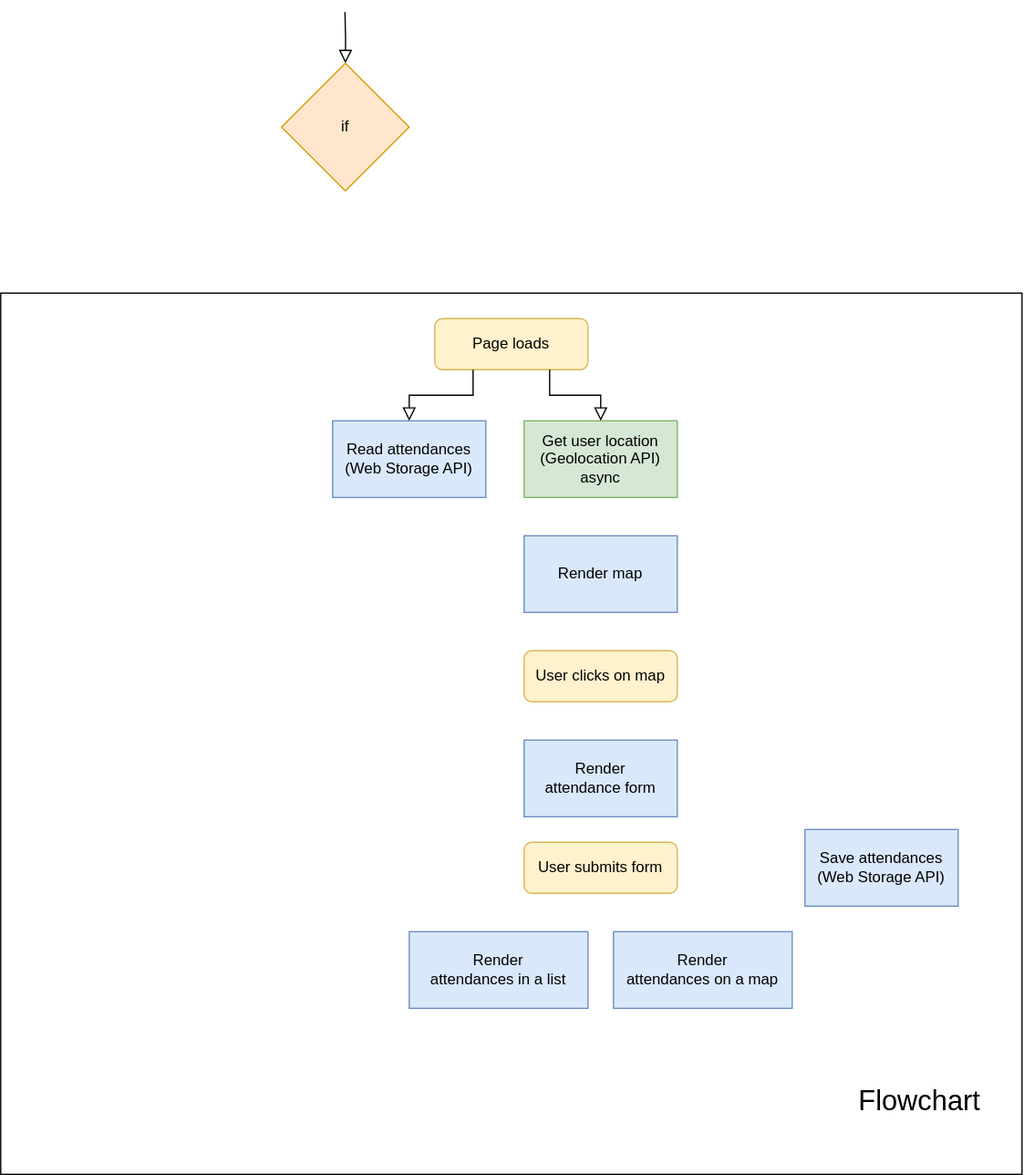
Above: flowchart.drawio.svg in josenavarrohub/vanilla-js-eventify (draw.io), before the change. Source tidied: cells renumbered, new cells last; positions are measured from the earlier drawing's top-left corner, leaving out a move shared by most shapes.
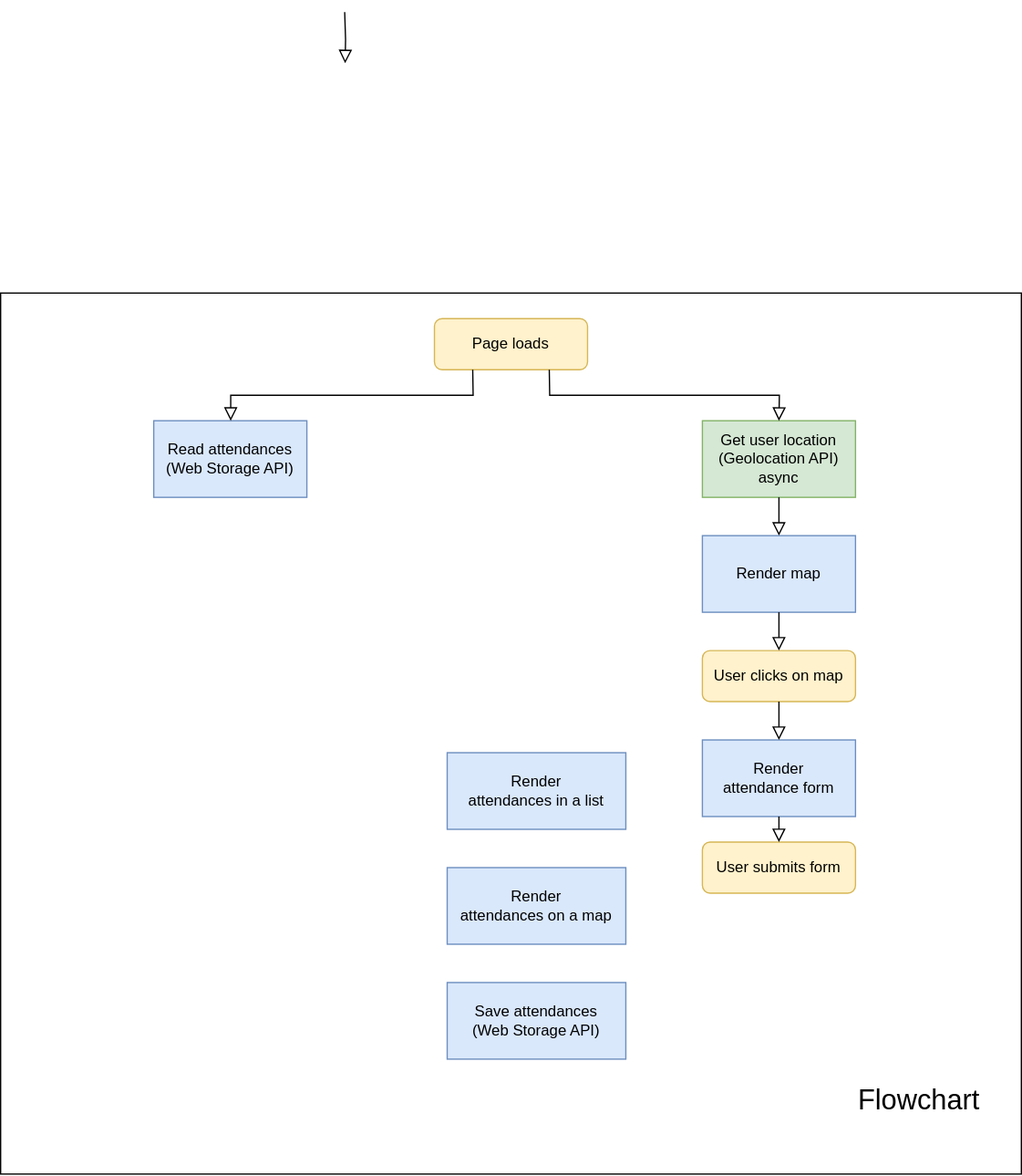
After the commit.

The edit, as a diff of the source:
```diff
@@ -5,14 +5,12 @@
     <mxCell id="2" style="rounded=0;whiteSpace=wrap;html=1;fontSize=16;strokeColor=default;" parent="1" vertex="1">
       <mxGeometry y="220" width="800" height="690" as="geometry" />
     </mxCell>
-    <mxCell id="3" style="rounded=0;html=1;jettySize=auto;fontSize=11;endArrow=block;endFill=0;endSize=8;strokeWidth=1;shadow=0;labelBackgroundColor=none;edgeStyle=orthogonalEdgeStyle;entryX=0.5;entryY=0;entryDx=0;entryDy=0;exitX=0.5;exitY=1;exitDx=0;exitDy=0;entryPerimeter=0;" parent="1" edge="1" target="4">
+    <mxCell id="3" style="rounded=0;html=1;jettySize=auto;orthogonalLoop=1;fontSize=11;endArrow=block;endFill=0;endSize=8;strokeWidth=1;shadow=0;labelBackgroundColor=none;edgeStyle=orthogonalEdgeStyle;entryX=0.5;entryY=0;entryDx=0;entryDy=0;exitX=0.5;exitY=1;exitDx=0;exitDy=0;entryPerimeter=0;" parent="1" edge="1">
       <mxGeometry relative="1" as="geometry">
         <mxPoint x="269.7" as="sourcePoint" />
+        <mxPoint x="270" y="40" as="targetPoint" />
       </mxGeometry>
     </mxCell>
-    <mxCell id="4" value="if" style="strokeWidth=1;html=1;shape=mxgraph.flowchart.decision;whiteSpace=wrap;fillColor=#ffe6cc;strokeColor=#d79b00;rounded=0;" parent="1" vertex="1">
-      <mxGeometry x="220" y="40" width="100" height="100" as="geometry" />
-    </mxCell>
     <mxCell id="5" value="Flowchart" style="text;html=1;strokeColor=none;fillColor=none;align=center;verticalAlign=middle;whiteSpace=wrap;rounded=0;fontSize=22;" parent="1" vertex="1">
       <mxGeometry x="640" y="800" width="160" height="106.5" as="geometry" />
     </mxCell>
@@ -20,28 +18,28 @@
       <mxGeometry x="340" y="240" width="120" height="40" as="geometry" />
     </mxCell>
     <mxCell id="7" value="Get user location&lt;br&gt;(Geolocation API)&lt;br&gt;async" style="rounded=0;whiteSpace=wrap;html=1;fillColor=#d5e8d4;strokeColor=#82b366;" parent="1" vertex="1">
-      <mxGeometry x="410" y="320" width="120" height="60" as="geometry" />
+      <mxGeometry x="550" y="320" width="120" height="60" as="geometry" />
     </mxCell>
     <mxCell id="8" value="Render map" style="rounded=0;whiteSpace=wrap;html=1;fillColor=#dae8fc;strokeColor=#6c8ebf;" parent="1" vertex="1">
-      <mxGeometry x="410" y="410" width="120" height="60" as="geometry" />
+      <mxGeometry x="550" y="410" width="120" height="60" as="geometry" />
     </mxCell>
     <mxCell id="9" value="User clicks on map" style="rounded=1;whiteSpace=wrap;html=1;fontSize=12;glass=0;strokeWidth=1;shadow=0;fillColor=#fff2cc;strokeColor=#d6b656;" parent="1" vertex="1">
-      <mxGeometry x="410" y="500" width="120" height="40" as="geometry" />
+      <mxGeometry x="550" y="500" width="120" height="40" as="geometry" />
     </mxCell>
     <mxCell id="10" value="Render&lt;br&gt;attendance form" style="rounded=0;whiteSpace=wrap;html=1;fillColor=#dae8fc;strokeColor=#6c8ebf;" parent="1" vertex="1">
-      <mxGeometry x="410" y="570" width="120" height="60" as="geometry" />
+      <mxGeometry x="550" y="570" width="120" height="60" as="geometry" />
     </mxCell>
     <mxCell id="11" value="User submits form" style="rounded=1;whiteSpace=wrap;html=1;fontSize=12;glass=0;strokeWidth=1;shadow=0;fillColor=#fff2cc;strokeColor=#d6b656;" parent="1" vertex="1">
-      <mxGeometry x="410" y="650" width="120" height="40" as="geometry" />
+      <mxGeometry x="550" y="650" width="120" height="40" as="geometry" />
     </mxCell>
     <mxCell id="12" value="Render&lt;br&gt;attendances in a list" style="rounded=0;whiteSpace=wrap;html=1;fillColor=#dae8fc;strokeColor=#6c8ebf;" parent="1" vertex="1">
-      <mxGeometry x="320" y="720" width="140" height="60" as="geometry" />
+      <mxGeometry x="350" y="580" width="140" height="60" as="geometry" />
     </mxCell>
     <mxCell id="13" value="Render&lt;br&gt;attendances on a map" style="rounded=0;whiteSpace=wrap;html=1;fillColor=#dae8fc;strokeColor=#6c8ebf;" parent="1" vertex="1">
-      <mxGeometry x="480" y="720" width="140" height="60" as="geometry" />
+      <mxGeometry x="350" y="670" width="140" height="60" as="geometry" />
     </mxCell>
     <mxCell id="14" value="Read attendances&lt;br&gt;(Web Storage API)" style="rounded=0;whiteSpace=wrap;html=1;fillColor=#dae8fc;strokeColor=#6c8ebf;" parent="1" vertex="1">
-      <mxGeometry x="260" y="320" width="120" height="60" as="geometry" />
+      <mxGeometry x="120" y="320" width="120" height="60" as="geometry" />
     </mxCell>
     <mxCell id="15" style="rounded=0;html=1;jettySize=auto;fontSize=11;endArrow=block;endFill=0;endSize=8;strokeWidth=1;shadow=0;labelBackgroundColor=none;edgeStyle=orthogonalEdgeStyle;exitX=0.25;exitY=1;exitDx=0;exitDy=0;" parent="1" edge="1" source="6" target="14">
       <mxGeometry relative="1" as="geometry" />
@@ -50,7 +48,21 @@
       <mxGeometry relative="1" as="geometry" />
     </mxCell>
     <mxCell id="17" value="Save attendances&lt;br&gt;(Web Storage API)" style="rounded=0;whiteSpace=wrap;html=1;fillColor=#dae8fc;strokeColor=#6c8ebf;" parent="1" vertex="1">
-      <mxGeometry x="630" y="640" width="120" height="60" as="geometry" />
+      <mxGeometry x="350" y="760" width="140" height="60" as="geometry" />
     </mxCell>
+    <mxCell id="18" style="rounded=0;html=1;jettySize=auto;fontSize=11;endArrow=block;endFill=0;endSize=8;strokeWidth=1;shadow=0;labelBackgroundColor=none;edgeStyle=orthogonalEdgeStyle;entryX=0.5;entryY=0;entryDx=0;entryDy=0;exitX=0.5;exitY=1;exitDx=0;exitDy=0;" parent="1" edge="1" source="7" target="8">
+      <mxGeometry relative="1" as="geometry" />
+    </mxCell>
+    <mxCell id="19" style="rounded=0;html=1;jettySize=auto;fontSize=11;endArrow=block;endFill=0;endSize=8;strokeWidth=1;shadow=0;labelBackgroundColor=none;edgeStyle=orthogonalEdgeStyle;entryX=0.5;entryY=0;entryDx=0;entryDy=0;exitX=0.5;exitY=1;exitDx=0;exitDy=0;" parent="1" edge="1" source="8" target="9">
+      <mxGeometry relative="1" as="geometry" />
+    </mxCell>
+    <mxCell id="20" style="rounded=0;html=1;jettySize=auto;fontSize=11;endArrow=block;endFill=0;endSize=8;strokeWidth=1;shadow=0;labelBackgroundColor=none;edgeStyle=orthogonalEdgeStyle;entryX=0.5;entryY=0;entryDx=0;entryDy=0;" parent="1" edge="1" target="10">
+      <mxGeometry relative="1" as="geometry">
+        <mxPoint x="610" y="540" as="sourcePoint" />
+      </mxGeometry>
+    </mxCell>
+    <mxCell id="21" style="rounded=0;html=1;jettySize=auto;fontSize=11;endArrow=block;endFill=0;endSize=8;strokeWidth=1;shadow=0;labelBackgroundColor=none;edgeStyle=orthogonalEdgeStyle;entryX=0.5;entryY=0;entryDx=0;entryDy=0;exitX=0.5;exitY=1;exitDx=0;exitDy=0;" parent="1" edge="1" source="10" target="11">
+      <mxGeometry relative="1" as="geometry" />
+    </mxCell>
   </root>
 </mxGraphModel>
```
